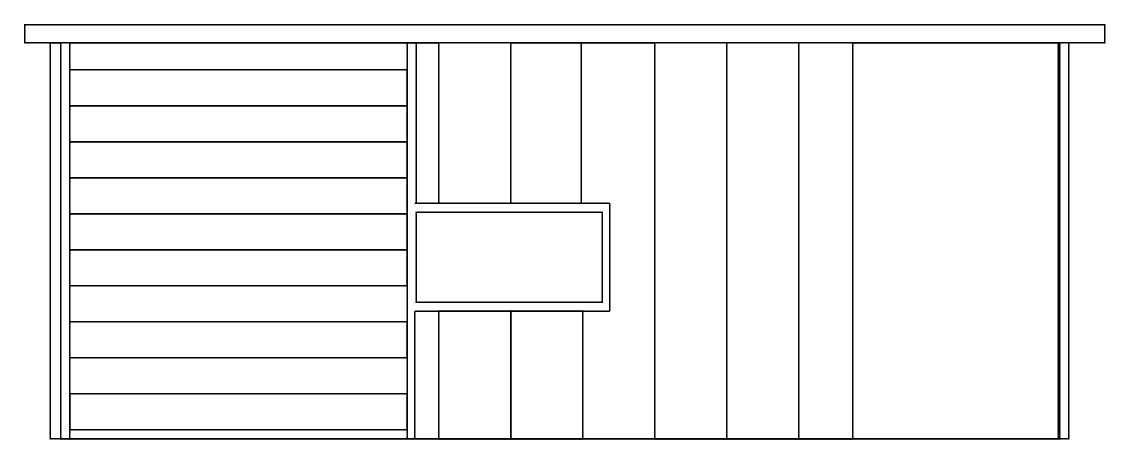
Earlier version of the draw.io diagram Library Catelog Program/Janacek Elevation/Savannah.drawio (ghthompson/Group-Project-for-Visual-Basic). Source tidied: cells renumbered, new cells numbered last; positions are measured from the earlier drawing's top-left corner, leaving out a move shared by most shapes. Both pictures are drawn from the tidied source at 150%, with x=0, y=0 at pixel (24, 24).
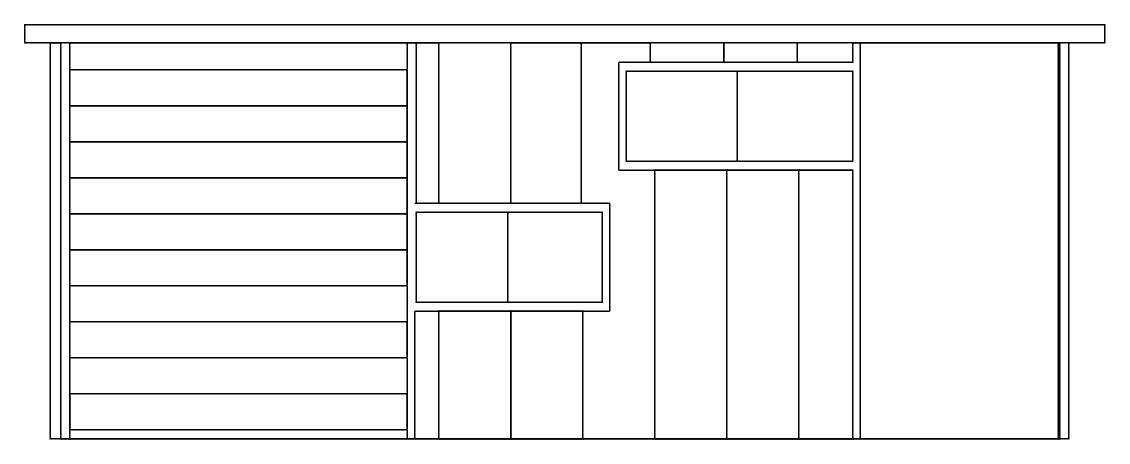
Above is the later version.

Commit message (it also covers changes not shown here):
Update Janacek Elevation/Savannah.drawio

Change to the diagram source:
```diff
@@
     <mxCell id="18" style="rounded=0;whiteSpace=wrap;html=1;" parent="1" vertex="1">
-      <mxGeometry x="420" y="12" width="48" height="264" as="geometry" />
+      <mxGeometry x="420" y="97" width="48" height="179" as="geometry" />
     </mxCell>
     <mxCell id="19" style="rounded=0;whiteSpace=wrap;html=1;" parent="1" vertex="1">
-      <mxGeometry x="468" y="12" width="48" height="264" as="geometry" />
+      <mxGeometry x="468" y="97" width="48" height="179" as="geometry" />
     </mxCell>
     <mxCell id="20" style="rounded=0;whiteSpace=wrap;html=1;" parent="1" vertex="1">
-      <mxGeometry x="516" y="12" width="36" height="264" as="geometry" />
+      <mxGeometry x="516" y="97" width="36" height="179" as="geometry" />
     </mxCell>
@@
+    <mxCell id="31" style="line;strokeWidth=1;direction=south;html=1;" parent="1" vertex="1">
+      <mxGeometry x="552" y="12" width="10" height="264" as="geometry" />
+    </mxCell>
+    <mxCell id="32" style="line;strokeWidth=1;html=1;" parent="1" vertex="1">
+      <mxGeometry x="396" y="92" width="156" height="10" as="geometry" />
+    </mxCell>
+    <mxCell id="33" style="line;strokeWidth=1;direction=south;html=1;" parent="1" vertex="1">
+      <mxGeometry x="391" y="25" width="10" height="72" as="geometry" />
+    </mxCell>
+    <mxCell id="34" style="line;strokeWidth=1;html=1;" parent="1" vertex="1">
+      <mxGeometry x="396" y="20" width="156" height="10" as="geometry" />
+    </mxCell>
+    <mxCell id="35" style="rounded=0;whiteSpace=wrap;html=1;" parent="1" vertex="1">
+      <mxGeometry x="515" y="12" width="37" height="13" as="geometry" />
+    </mxCell>
+    <mxCell id="36" style="rounded=0;whiteSpace=wrap;html=1;" parent="1" vertex="1">
+      <mxGeometry x="466" y="12" width="49" height="13" as="geometry" />
+    </mxCell>
+    <mxCell id="37" style="rounded=0;whiteSpace=wrap;html=1;" parent="1" vertex="1">
+      <mxGeometry x="417" y="12" width="49" height="13" as="geometry" />
+    </mxCell>
+    <mxCell id="38" style="rounded=0;whiteSpace=wrap;html=1;strokeWidth=1;" parent="1" vertex="1">
+      <mxGeometry x="401" y="31" width="151" height="60" as="geometry" />
+    </mxCell>
+    <mxCell id="39" style="line;strokeWidth=1;direction=south;html=1;" parent="1" vertex="1">
+      <mxGeometry x="317" y="125" width="10" height="60" as="geometry" />
+    </mxCell>
+    <mxCell id="40" style="line;strokeWidth=1;direction=south;html=1;" parent="1" vertex="1">
+      <mxGeometry x="470" y="31" width="10" height="60" as="geometry" />
+    </mxCell>
```
